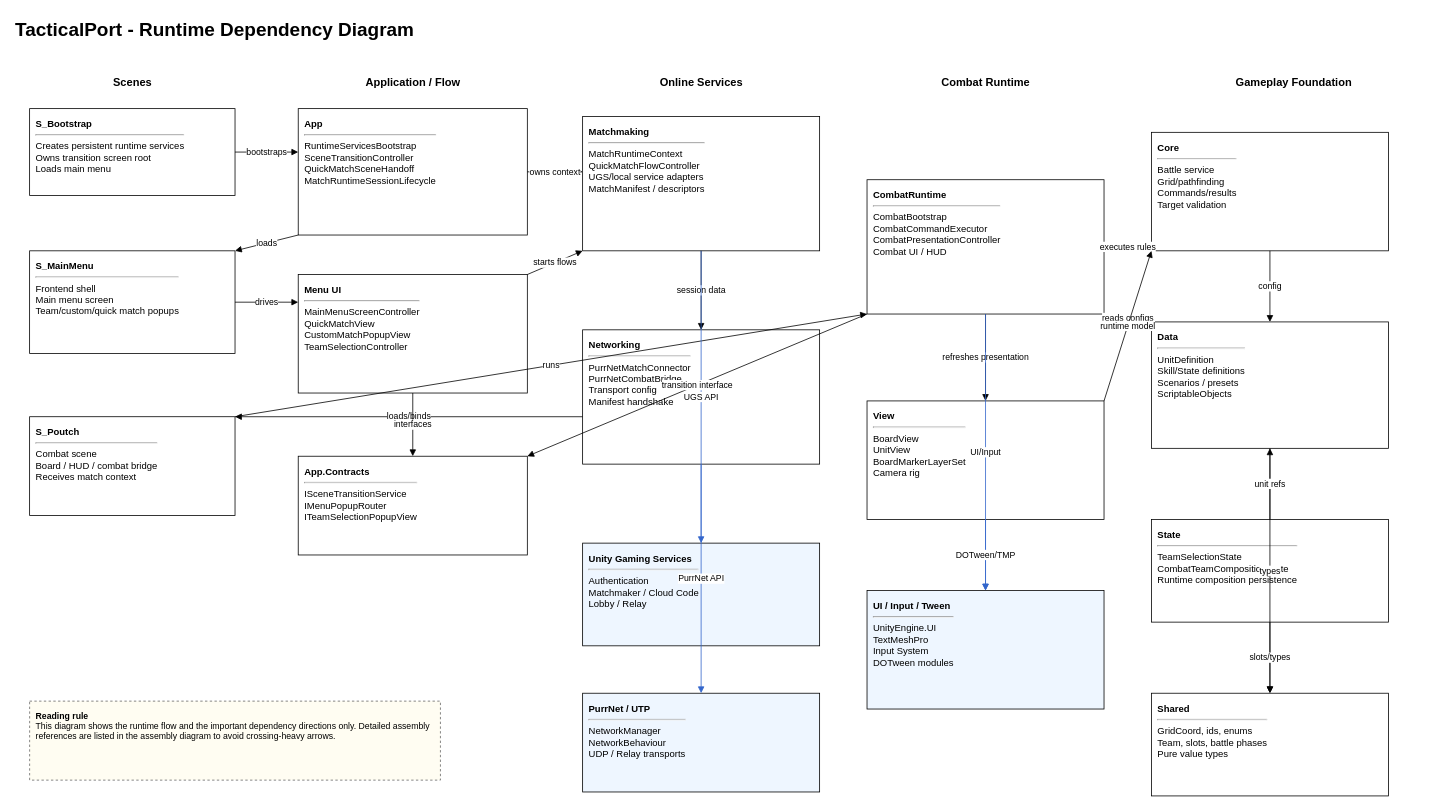
Above: TacticalPort/Assets/Docs/Diagrams/TacticalPort_DependencyDiagram.drawio in NathanTheophile/PES (draw.io), before the change. Source tidied: cells renumbered, new cells numbered last; positions are measured from the earlier drawing's top-left corner, leaving out a move shared by most shapes. Both pictures are drawn from the tidied source at 79%, with x=0, y=0 at pixel (13, 13).
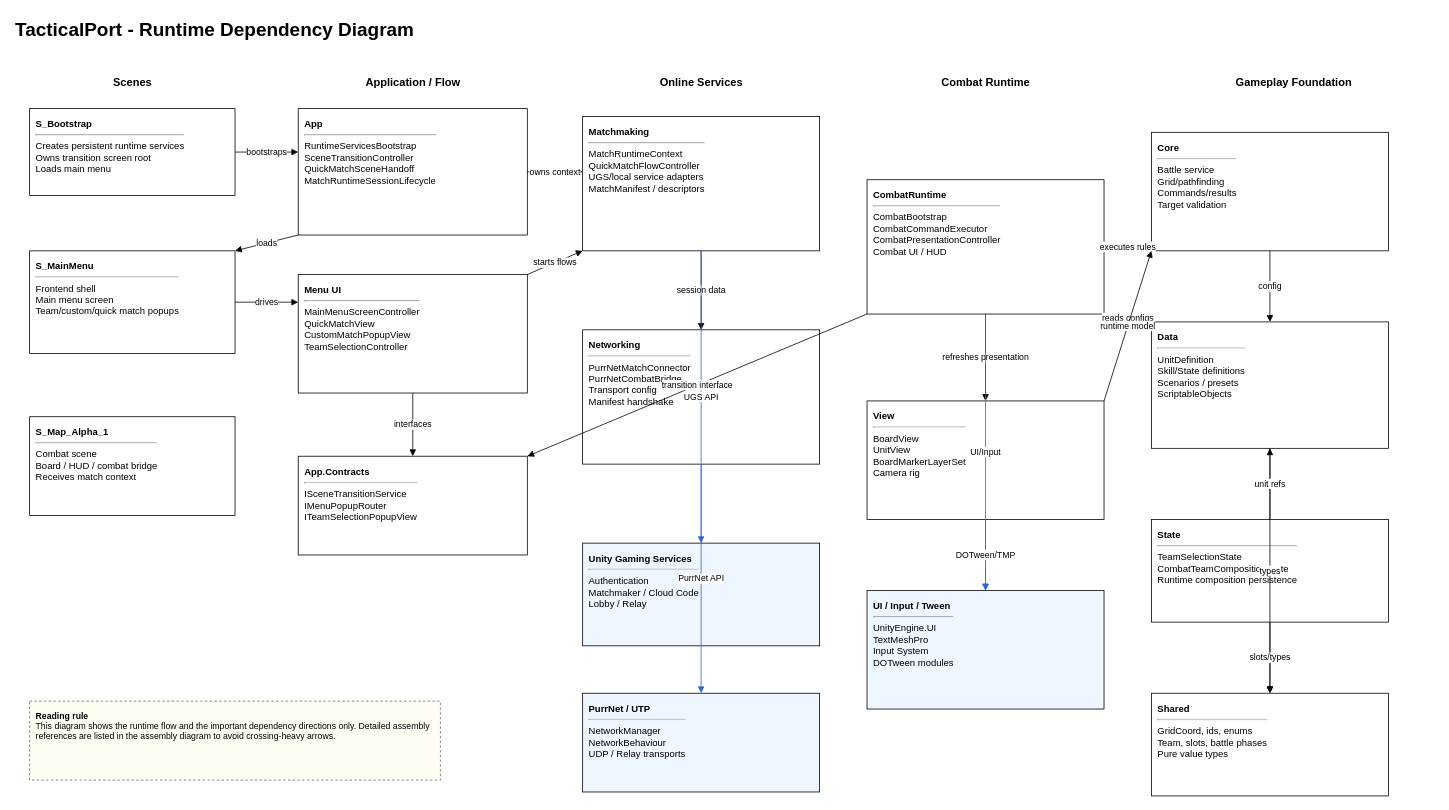
Above is the later version.

The change refers to these unchanged cells:
```xml
<mxCell id="15" value="&lt;b&gt;Networking&lt;/b&gt;&lt;hr&gt;PurrNetMatchConnector&lt;br&gt;PurrNetCombatBridge&lt;br&gt;Transport config&lt;br&gt;Manifest handshake" style="rounded=0;whiteSpace=wrap;html=1;align=left;verticalAlign=top;spacing=8;fillColor=#ffffff;strokeColor=#000000;fontSize=12;" parent="1" vertex="1">
  <mxGeometry x="720" y="400" width="300" height="170" as="geometry" />
</mxCell>
<mxCell id="18" value="&lt;b&gt;CombatRuntime&lt;/b&gt;&lt;hr&gt;CombatBootstrap&lt;br&gt;CombatCommandExecutor&lt;br&gt;CombatPresentationController&lt;br&gt;Combat UI / HUD" style="rounded=0;whiteSpace=wrap;html=1;align=left;verticalAlign=top;spacing=8;fillColor=#ffffff;strokeColor=#000000;fontSize=12;" parent="1" vertex="1">
  <mxGeometry x="1080" y="210" width="300" height="170" as="geometry" />
</mxCell>
```

Diff of the diagram source:
```diff
@@
-    <mxCell id="10" value="&lt;b&gt;S_Poutch&lt;/b&gt;&lt;hr&gt;Combat scene&lt;br&gt;Board / HUD / combat bridge&lt;br&gt;Receives match context" style="rounded=0;whiteSpace=wrap;html=1;align=left;verticalAlign=top;spacing=8;fillColor=#ffffff;strokeColor=#000000;fontSize=12;" parent="1" vertex="1">
-      <mxGeometry x="20" y="510" width="260" height="125" as="geometry" />
-    </mxCell>
+    <mxCell id="48" value="&lt;b&gt;S_Map_Alpha_1&lt;/b&gt;&lt;hr&gt;Combat scene&lt;br&gt;Board / HUD / combat bridge&lt;br&gt;Receives match context" style="rounded=0;whiteSpace=wrap;html=1;align=left;verticalAlign=top;spacing=8;fillColor=#ffffff;strokeColor=#000000;fontSize=12;" parent="1" vertex="1">
+      <mxGeometry x="20" y="510" width="260" height="125" as="geometry" />
+    </mxCell>
@@
-    <mxCell id="31" value="loads/binds" style="endArrow=block;html=1;rounded=0;jettySize=auto;orthogonal=1;strokeColor=#000000;fontSize=11;" parent="1" edge="1" source="15" target="10">
+    <mxCell id="31" value="loads/binds" style="endArrow=block;html=1;rounded=0;jettySize=auto;orthogonal=1;strokeColor=#000000;fontSize=11;" parent="1" edge="1" source="15">
       <mxGeometry relative="1" as="geometry" />
     </mxCell>
-    <mxCell id="32" value="runs" style="endArrow=block;html=1;rounded=0;jettySize=auto;orthogonal=1;strokeColor=#000000;fontSize=11;" parent="1" edge="1" source="10" target="18">
+    <mxCell id="32" value="runs" style="endArrow=block;html=1;rounded=0;jettySize=auto;orthogonal=1;strokeColor=#000000;fontSize=11;" parent="1" edge="1" target="18">
       <mxGeometry relative="1" as="geometry" />
     </mxCell>
```
